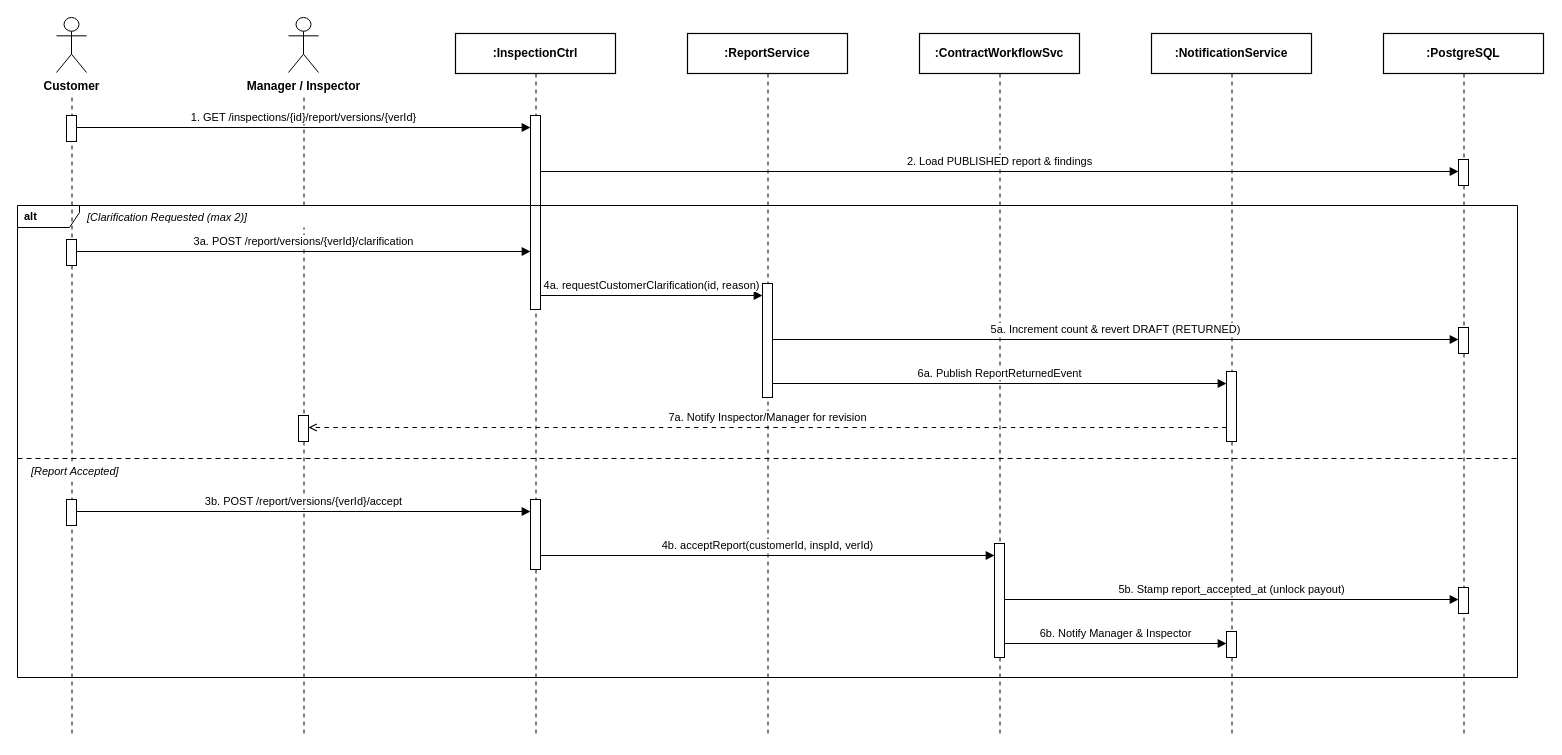
Above: page "FE-19 - Report Acceptance & Clarification" (21 of 26) of diagrams/smartdrone-sequence-diagrams.drawio in tungbach12/SmartDroneInspection-Docs (draw.io), before the change. Source tidied: cells renumbered, new cells numbered last; positions are measured from the earlier drawing's top-left corner, leaving out a move shared by most shapes. Both pictures are drawn from the tidied source at 100%, with x=0, y=0 at pixel (17, 17).
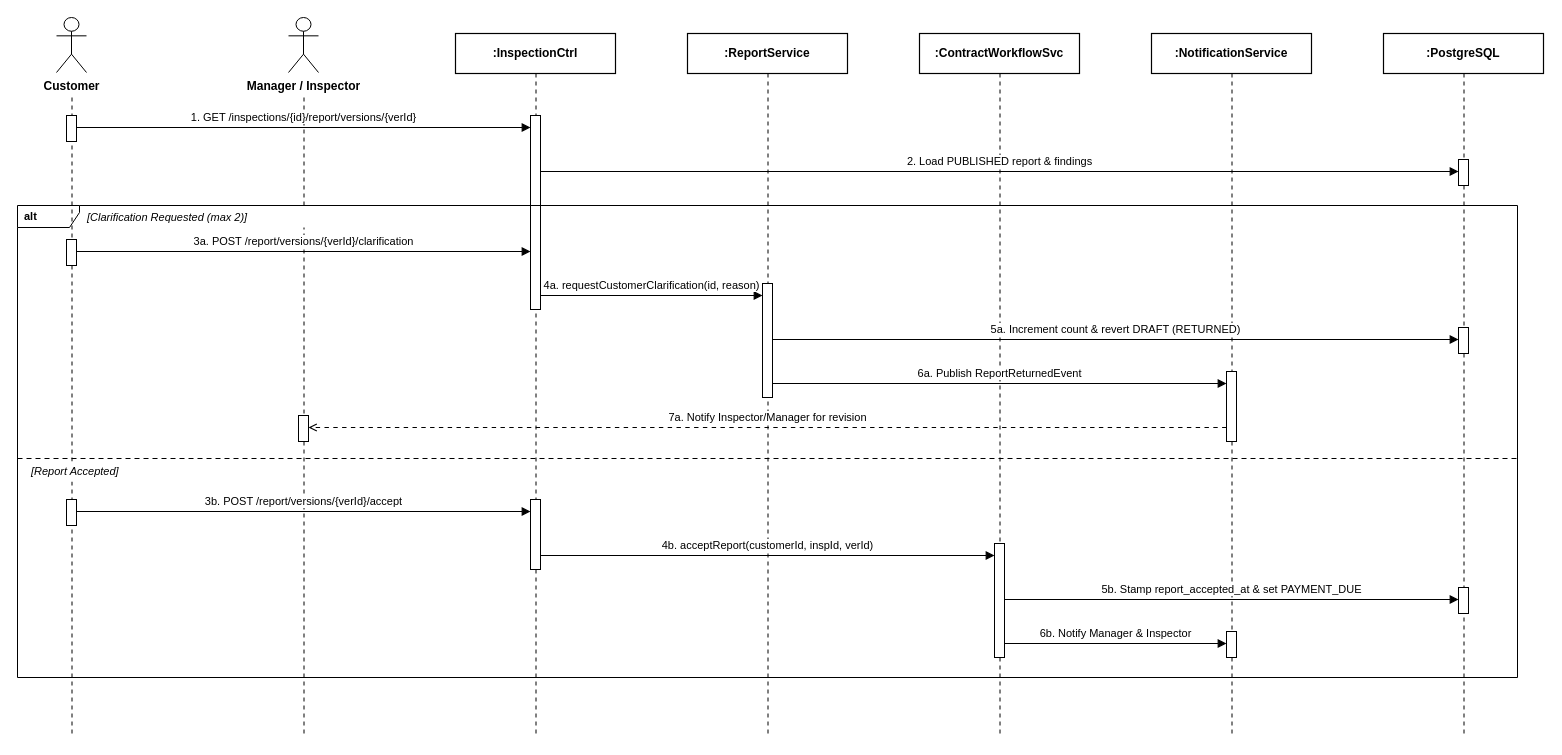
After the change.

Unchanged cells that the change refers to:
```xml
<mxCell id="23" style="rounded=0;whiteSpace=wrap;html=1;fillColor=#ffffff;strokeColor=#000000;strokeWidth=1;" parent="1" vertex="1">
  <mxGeometry x="977" y="526" width="10" height="114" as="geometry" />
</mxCell>
<mxCell id="28" style="rounded=0;whiteSpace=wrap;html=1;fillColor=#ffffff;strokeColor=#000000;strokeWidth=1;" parent="1" vertex="1">
  <mxGeometry x="1441" y="570" width="10" height="26" as="geometry" />
</mxCell>
```

Diff of the diagram source:
```diff
@@
-    <mxCell id="42" value="5b. Stamp report_accepted_at (unlock payout)" style="edgeStyle=orthogonalEdgeStyle;rounded=0;html=1;endArrow=block;endFill=1;strokeColor=#000000;strokeWidth=1.1;fontColor=#000000;fontFamily=Helvetica;fontSize=11;labelBackgroundColor=#ffffff;exitX=1;exitY=0.4912;exitDx=0;exitDy=0;entryX=0;entryY=0.4615;entryDx=0;entryDy=0;" parent="1" edge="1" source="23" target="28">
+    <mxCell id="42" value="5b. Stamp report_accepted_at &amp; set PAYMENT_DUE" style="edgeStyle=orthogonalEdgeStyle;rounded=0;html=1;endArrow=block;endFill=1;strokeColor=#000000;strokeWidth=1.1;fontColor=#000000;fontFamily=Helvetica;fontSize=11;labelBackgroundColor=#ffffff;exitX=1;exitY=0.4912;exitDx=0;exitDy=0;entryX=0;entryY=0.4615;entryDx=0;entryDy=0;" parent="1" edge="1" source="23" target="28">
       <mxGeometry relative="1" as="geometry">
         <mxPoint y="-10" as="offset" />
       </mxGeometry>
     </mxCell>
```
